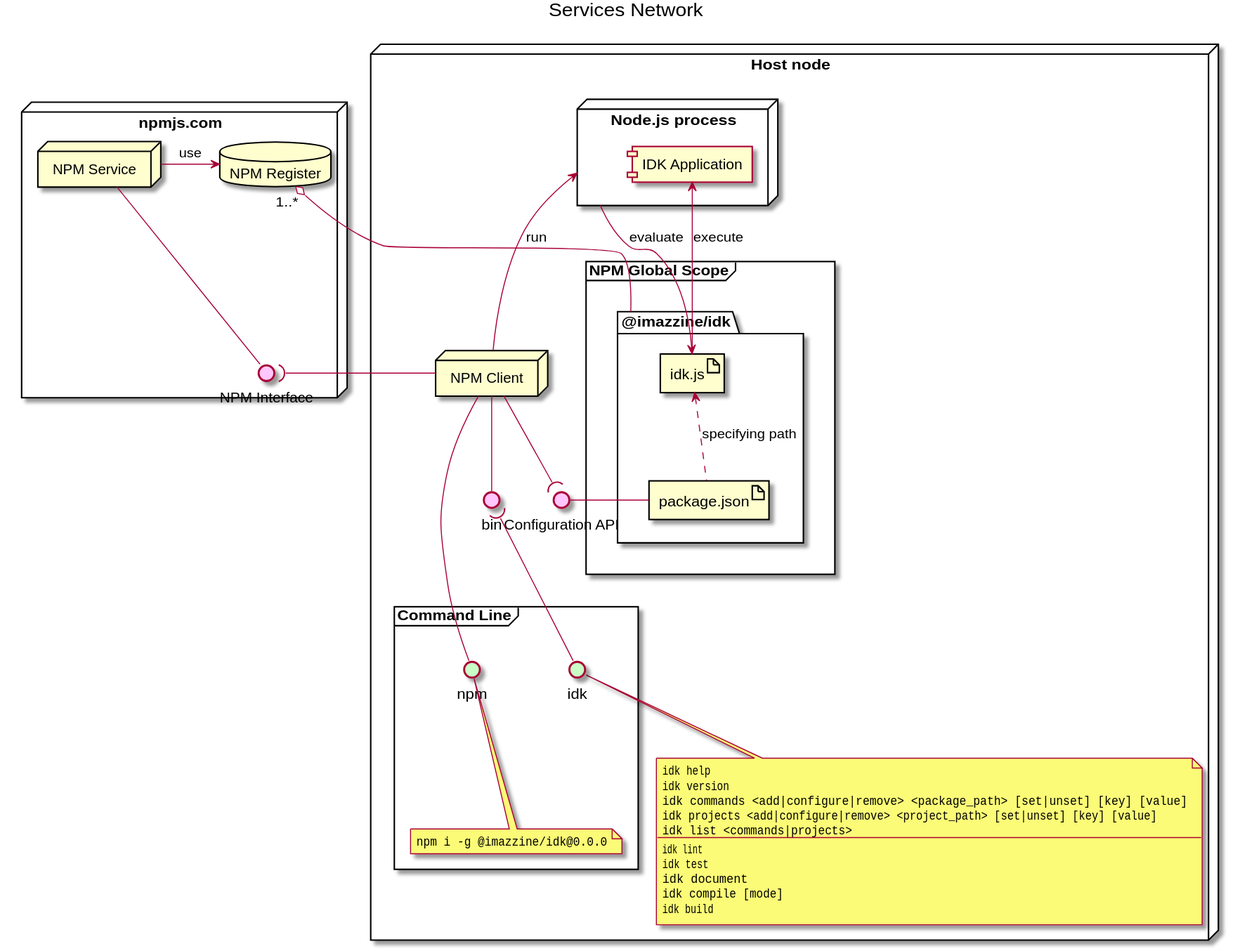
Before: doc/uml/cli/open/services_network.svg, a diagram exported from PlantUML (imazzine/design).
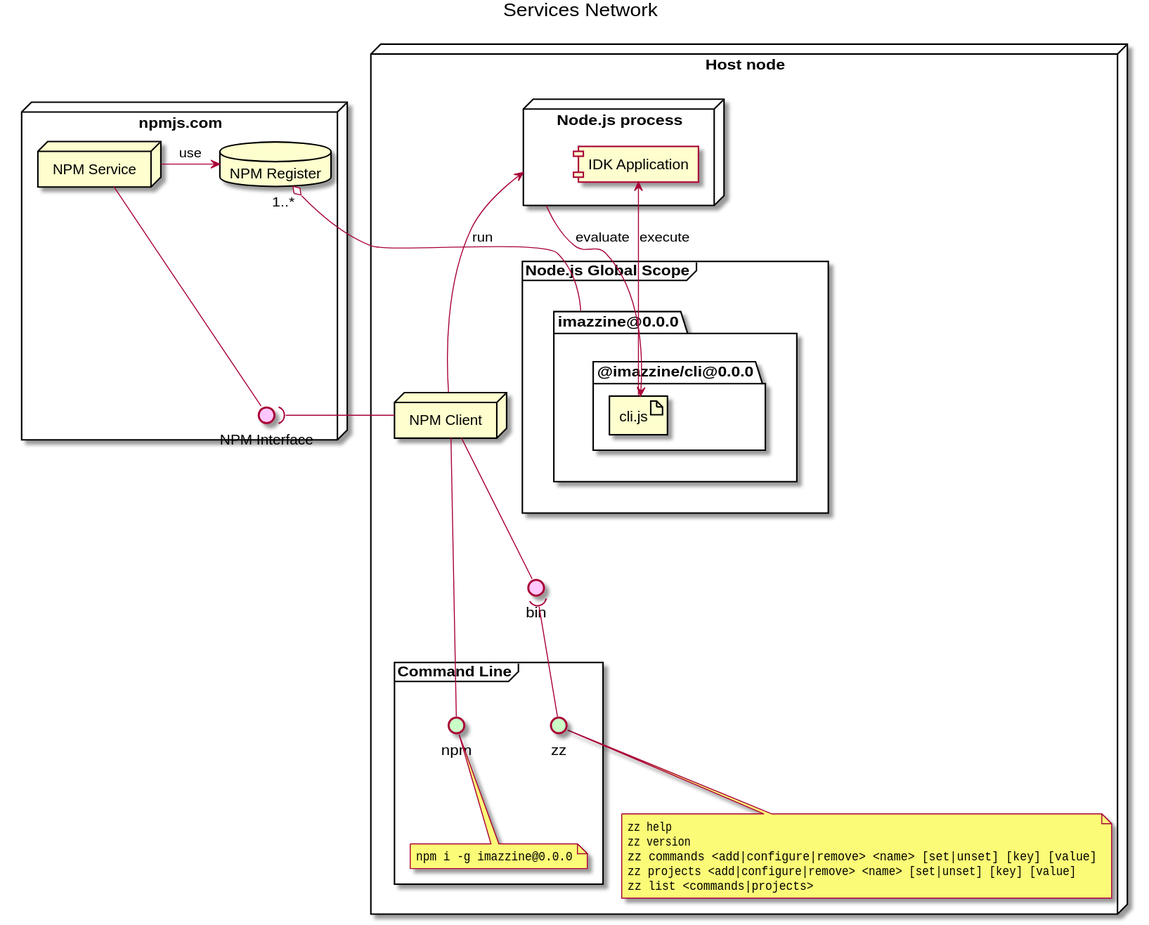
The same file after the commit.

What changed in the source:
```diff
@@ -15,20 +15,20 @@
 
     node "Host node" as HostNode {
 
-        frame "NPM Global Scope" as NPMGlobalScope {
-            package "@imazzine/idk" as IDKPackage {
-                artifact "package.json" as PACKAGE_JSON [[./ConfigurationAPI.svg]]
-                artifact "idk.js" as IDK_JS
-                IDK_JS <.. PACKAGE_JSON: specifying path
+        frame "Node.js Global Scope" as NodeJsGlobalScope {
+            package "imazzine@0.0.0" as rootPackage {
+                package "@imazzine/cli@0.0.0" as cliPackage {
+                    artifact "cli.js" as cliJs
+                }
             }
         }
-        NPMRegister "1..*" o-- IDKPackage
+        NPMRegister "1..*" o-- rootPackage
 
         node "Node.js process" as NodeJS {
             component "IDK Application" as IDKApplication [[./IDKApplication.svg]]
-            IDKApplication <-- IDK_JS: execute
+            IDKApplication <-- cliJs: execute
         }
-        NodeJS --> IDK_JS: evaluate
+        NodeJS --> cliJs: evaluate
 
         node "NPM Client" as NPMClient
         NPMInterface )- NPMClient
@@ -38,34 +38,24 @@
         NPMClient -- NPMBinAPI
 
         frame "Command Line" as CommandLine {
-            interface "idk" as IDKInterface #c9ffc7
+            interface "zz" as IDKInterface #c9ffc7
             NPMBinAPI )-- IDKInterface
 
             interface "npm" as NPMCli [[https://docs.npmjs.com/cli/install]] #c9ffc7
             NPMClient -- NPMCli
 
             note as NPM_CLI_LIST
-                npm i -g @imazzine/idk@0.0.0
+                npm i -g imazzine@0.0.0
             end note
             NPMCli .. NPM_CLI_LIST
         }
 
-        interface "Configuration API" as ConfigurationAPI [[./ConfigurationAPI.svg]] #ffc7fd
-        NPMClient --( ConfigurationAPI
-        PACKAGE_JSON - ConfigurationAPI
-
         note as IDK_CLI_LIST
-            idk help
-            idk version
-            idk commands <add|configure|remove> <package_path> [set|unset] [key] [value]
-            idk projects <add|configure|remove> <project_path> [set|unset] [key] [value]
-            idk list <commands|projects>
-            --
-            idk lint
-            idk test
-            idk document
-            idk compile [mode]
-            idk build
+            zz help
+            zz version
+            zz commands <add|configure|remove> <name> [set|unset] [key] [value]
+            zz projects <add|configure|remove> <name> [set|unset] [key] [value]
+            zz list <commands|projects>
         end note
         IDKInterface .. IDK_CLI_LIST
     }
```
